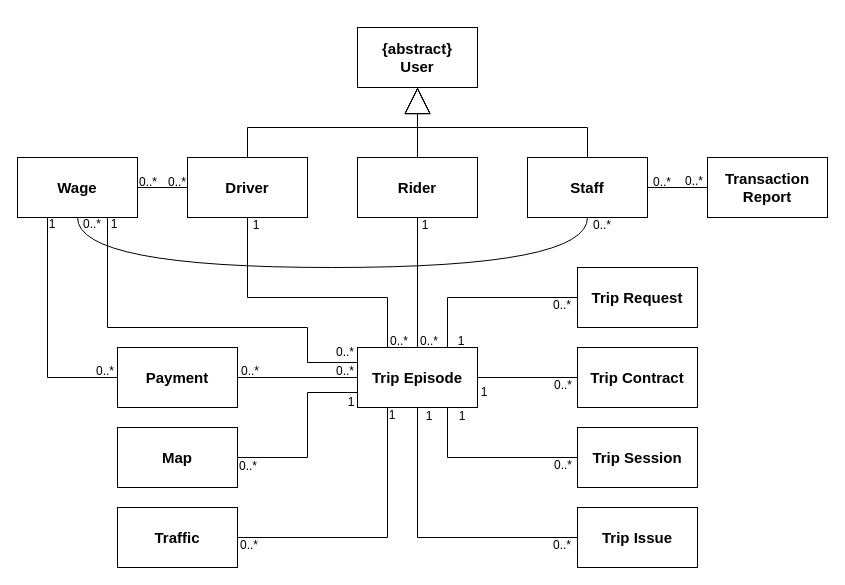
Above: page "Revise Class Diagram" (6 of 16) of diagram.drawio in mypark3424/AbstractFactoryChallenge (draw.io), before the change. Source tidied: cells renumbered, new cells numbered last; positions are measured from the earlier drawing's top-left corner, leaving out a move shared by most shapes. Both pictures are drawn from the tidied source at 100%, with x=0, y=0 at pixel (17, 27).
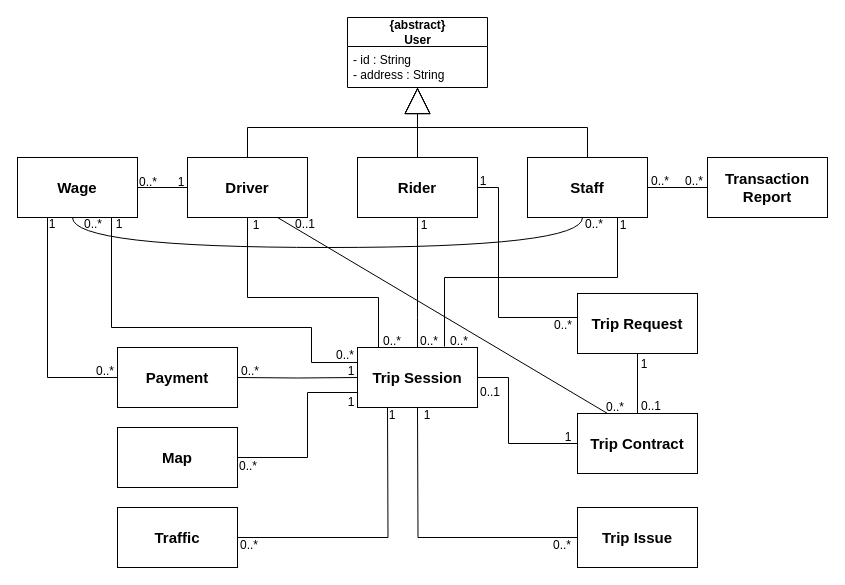
The same diagram, later.

Unchanged cells that the change refers to:
```xml
<mxCell id="3" value="Driver" style="rounded=0;whiteSpace=wrap;html=1;fontStyle=1;fontSize=15;" parent="1" vertex="1">
  <mxGeometry x="170" y="130" width="120" height="60" as="geometry" />
</mxCell>
<mxCell id="4" value="Rider" style="rounded=0;whiteSpace=wrap;html=1;fontStyle=1;fontSize=15;" parent="1" vertex="1">
  <mxGeometry x="340" y="130" width="120" height="60" as="geometry" />
</mxCell>
<mxCell id="7" value="Staff" style="rounded=0;whiteSpace=wrap;html=1;fontStyle=1;fontSize=15;" parent="1" vertex="1">
  <mxGeometry x="510" y="130" width="120" height="60" as="geometry" />
</mxCell>
<mxCell id="20" value="Payment" style="rounded=0;whiteSpace=wrap;html=1;fontStyle=1;fontSize=15;" parent="1" vertex="1">
  <mxGeometry x="100" y="320" width="120" height="60" as="geometry" />
</mxCell>
<mxCell id="22" value="Traffic" style="rounded=0;whiteSpace=wrap;html=1;fontStyle=1;fontSize=15;" parent="1" vertex="1">
  <mxGeometry x="100" y="480" width="120" height="60" as="geometry" />
</mxCell>
<mxCell id="23" value="Trip Issue" style="rounded=0;whiteSpace=wrap;html=1;fontStyle=1;fontSize=15;" parent="1" vertex="1">
  <mxGeometry x="560" y="480" width="120" height="60" as="geometry" />
</mxCell>
<mxCell id="32" value="Wage" style="rounded=0;whiteSpace=wrap;html=1;fontStyle=1;fontSize=15;" parent="1" vertex="1">
  <mxGeometry y="130" width="120" height="60" as="geometry" />
</mxCell>
<mxCell id="33" value="0..*" style="text;html=1;strokeColor=none;fillColor=none;align=center;verticalAlign=middle;whiteSpace=wrap;rounded=0;" parent="1" vertex="1">
  <mxGeometry x="397" y="309" width="30" height="10" as="geometry" />
</mxCell>
```

Diff of the diagram source:
```diff
@@
-    <mxCell id="2" value="{abstract}&lt;br style=&quot;font-size: 15px;&quot;&gt;User" style="rounded=0;whiteSpace=wrap;html=1;fontStyle=1;fontSize=15;" parent="1" vertex="1">
-      <mxGeometry x="340" width="120" height="60" as="geometry" />
-    </mxCell>
+    <mxCell id="61" style="edgeStyle=none;rounded=0;jettySize=auto;html=1;exitX=0.75;exitY=1;exitDx=0;exitDy=0;entryX=0.25;entryY=0;entryDx=0;entryDy=0;startArrow=none;startFill=0;endArrow=none;endFill=0;strokeColor=#000000;strokeWidth=1;" parent="1" edge="1" source="3" target="12">
+      <mxGeometry relative="1" as="geometry" />
+    </mxCell>
@@
+    <mxCell id="62" style="edgeStyle=orthogonalEdgeStyle;rounded=0;jettySize=auto;html=1;exitX=1;exitY=0.5;exitDx=0;exitDy=0;entryX=0.5;entryY=0;entryDx=0;entryDy=0;startArrow=none;startFill=0;endArrow=none;endFill=0;strokeColor=#000000;strokeWidth=1;" parent="1" edge="1" source="4" target="11">
+      <mxGeometry relative="1" as="geometry">
+        <Array as="points">
+          <mxPoint x="481" y="160" />
+          <mxPoint x="481" y="290" />
+          <mxPoint x="560" y="290" />
+          <mxPoint x="560" y="266" />
+        </Array>
+      </mxGeometry>
+    </mxCell>
@@
-    <mxCell id="6" style="edgeStyle=orthogonalEdgeStyle;rounded=0;jettySize=auto;html=1;exitX=0.5;exitY=1;exitDx=0;exitDy=0;entryX=0.5;entryY=1;entryDx=0;entryDy=0;endArrow=none;endFill=0;jumpStyle=none;elbow=vertical;horizontal=0;verticalAlign=middle;snapToPoint=0;fixDash=0;shadow=0;sketch=0;curved=1;" parent="1" edge="1" source="7" target="32">
+    <mxCell id="6" style="edgeStyle=orthogonalEdgeStyle;rounded=0;orthogonalLoop=1;jettySize=auto;html=1;exitX=0.5;exitY=1;exitDx=0;exitDy=0;entryX=0.5;entryY=1;entryDx=0;entryDy=0;endArrow=none;endFill=0;jumpStyle=none;elbow=vertical;horizontal=0;verticalAlign=middle;snapToPoint=0;fixDash=0;shadow=0;sketch=0;curved=1;" parent="1" edge="1">
       <mxGeometry relative="1" as="geometry">
+        <mxPoint x="565" y="190" as="sourcePoint" />
+        <mxPoint x="55" y="190" as="targetPoint" />
         <Array as="points">
-          <mxPoint x="570" y="240" />
-          <mxPoint x="60" y="240" />
+          <mxPoint x="565" y="220" />
+          <mxPoint x="55" y="220" />
         </Array>
       </mxGeometry>
     </mxCell>
+    <mxCell id="63" style="edgeStyle=orthogonalEdgeStyle;rounded=0;jettySize=auto;html=1;exitX=0.75;exitY=1;exitDx=0;exitDy=0;entryX=1;entryY=1;entryDx=0;entryDy=0;startArrow=none;startFill=0;endArrow=none;endFill=0;strokeColor=#000000;strokeWidth=1;" parent="1" edge="1" source="7" target="33">
+      <mxGeometry relative="1" as="geometry">
+        <Array as="points">
+          <mxPoint x="600" y="250" />
+          <mxPoint x="427" y="250" />
+        </Array>
+      </mxGeometry>
+    </mxCell>
@@
-    <mxCell id="8" style="endArrow=block;endFill=0;endSize=24;html=1;rounded=0;exitX=0.5;exitY=0;exitDx=0;exitDy=0;entryX=0.5;entryY=1;entryDx=0;entryDy=0;edgeStyle=orthogonalEdgeStyle;" parent="1" edge="1" source="3" target="2">
+    <mxCell id="8" style="endArrow=block;endFill=0;endSize=24;html=1;rounded=0;exitX=0.5;exitY=0;exitDx=0;exitDy=0;entryX=0.5;entryY=1;entryDx=0;entryDy=0;edgeStyle=orthogonalEdgeStyle;" parent="1" edge="1" source="3">
       <mxGeometry relative="1" as="geometry">
+        <mxPoint x="400" y="60" as="targetPoint" />
         <Array as="points">
           <mxPoint x="230" y="100" />
           <mxPoint x="400" y="100" />
         </Array>
       </mxGeometry>
     </mxCell>
-    <mxCell id="9" style="endArrow=block;endFill=0;endSize=24;html=1;rounded=0;exitX=0.5;exitY=0;exitDx=0;exitDy=0;entryX=0.5;entryY=1;entryDx=0;entryDy=0;edgeStyle=orthogonalEdgeStyle;" parent="1" edge="1" source="4" target="2">
-      <mxGeometry relative="1" as="geometry" />
+    <mxCell id="9" style="endArrow=block;endFill=0;endSize=24;html=1;rounded=0;exitX=0.5;exitY=0;exitDx=0;exitDy=0;entryX=0.5;entryY=1;entryDx=0;entryDy=0;edgeStyle=orthogonalEdgeStyle;" parent="1" edge="1" source="4">
+      <mxGeometry relative="1" as="geometry">
+        <mxPoint x="400" y="60" as="targetPoint" />
+      </mxGeometry>
     </mxCell>
-    <mxCell id="10" style="endArrow=block;endFill=0;endSize=24;html=1;rounded=0;exitX=0.5;exitY=0;exitDx=0;exitDy=0;edgeStyle=orthogonalEdgeStyle;entryX=0.5;entryY=1;entryDx=0;entryDy=0;" parent="1" edge="1" source="7" target="2">
+    <mxCell id="10" style="endArrow=block;endFill=0;endSize=24;html=1;rounded=0;exitX=0.5;exitY=0;exitDx=0;exitDy=0;edgeStyle=orthogonalEdgeStyle;entryX=0.5;entryY=1;entryDx=0;entryDy=0;" parent="1" edge="1" source="7">
       <mxGeometry relative="1" as="geometry">
+        <mxPoint x="400" y="60" as="targetPoint" />
         <Array as="points">
           <mxPoint x="570" y="100" />
           <mxPoint x="400" y="100" />
         </Array>
       </mxGeometry>
     </mxCell>
+    <mxCell id="64" style="edgeStyle=orthogonalEdgeStyle;rounded=0;jettySize=auto;html=1;exitX=0.5;exitY=1;exitDx=0;exitDy=0;entryX=0.5;entryY=0;entryDx=0;entryDy=0;startArrow=none;startFill=0;endArrow=none;endFill=0;strokeColor=#000000;strokeWidth=1;" parent="1" edge="1" source="11" target="12">
+      <mxGeometry relative="1" as="geometry" />
+    </mxCell>
     <mxCell id="11" value="Trip Request" style="rounded=0;whiteSpace=wrap;html=1;fontStyle=1;fontSize=15;" parent="1" vertex="1">
-      <mxGeometry x="560" y="240" width="120" height="60" as="geometry" />
+      <mxGeometry x="560" y="266" width="120" height="60" as="geometry" />
     </mxCell>
     <mxCell id="12" value="Trip Contract" style="rounded=0;whiteSpace=wrap;html=1;fontStyle=1;fontSize=15;" parent="1" vertex="1">
-      <mxGeometry x="560" y="320" width="120" height="60" as="geometry" />
+      <mxGeometry x="560" y="386" width="120" height="60" as="geometry" />
     </mxCell>
     <mxCell id="13" value="Trip Session" style="rounded=0;whiteSpace=wrap;html=1;fontStyle=1;fontSize=15;" parent="1" vertex="1">
-      <mxGeometry x="560" y="400" width="120" height="60" as="geometry" />
+      <mxGeometry x="340" y="320" width="120" height="60" as="geometry" />
     </mxCell>
-    <mxCell id="14" style="edgeStyle=orthogonalEdgeStyle;rounded=0;jettySize=auto;html=1;exitX=0;exitY=0.5;exitDx=0;exitDy=0;entryX=1;entryY=0.5;entryDx=0;entryDy=0;endArrow=none;endFill=0;" parent="1" edge="1" source="17" target="20">
-      <mxGeometry relative="1" as="geometry" />
+    <mxCell id="14" style="edgeStyle=orthogonalEdgeStyle;rounded=0;jettySize=auto;html=1;exitX=0;exitY=0.5;exitDx=0;exitDy=0;entryX=1;entryY=0.5;entryDx=0;entryDy=0;endArrow=none;endFill=0;" parent="1" edge="1" target="20">
+      <mxGeometry relative="1" as="geometry">
+        <mxPoint x="340" y="350" as="sourcePoint" />
+      </mxGeometry>
     </mxCell>
-    <mxCell id="15" style="edgeStyle=orthogonalEdgeStyle;rounded=0;jettySize=auto;html=1;exitX=0.25;exitY=0;exitDx=0;exitDy=0;entryX=0.5;entryY=1;entryDx=0;entryDy=0;endArrow=none;endFill=0;" parent="1" edge="1" source="17" target="3">
+    <mxCell id="15" style="edgeStyle=orthogonalEdgeStyle;rounded=0;jettySize=auto;html=1;exitX=0.25;exitY=0;exitDx=0;exitDy=0;entryX=0.5;entryY=1;entryDx=0;entryDy=0;endArrow=none;endFill=0;" parent="1" edge="1" target="3">
       <mxGeometry relative="1" as="geometry">
+        <mxPoint x="370" y="320" as="sourcePoint" />
         <Array as="points">
-          <mxPoint x="370" y="270" />
+          <mxPoint x="361" y="320" />
+          <mxPoint x="361" y="270" />
           <mxPoint x="230" y="270" />
         </Array>
       </mxGeometry>
     </mxCell>
-    <mxCell id="16" style="edgeStyle=orthogonalEdgeStyle;rounded=0;jettySize=auto;html=1;exitX=0.5;exitY=0;exitDx=0;exitDy=0;entryX=0.5;entryY=1;entryDx=0;entryDy=0;endArrow=none;endFill=0;" parent="1" edge="1" source="17" target="4">
-      <mxGeometry relative="1" as="geometry">
-        <Array as="points">
-          <mxPoint x="400" y="190" />
-        </Array>
-      </mxGeometry>
-    </mxCell>
-    <mxCell id="17" value="Trip Episode" style="rounded=0;whiteSpace=wrap;html=1;fontStyle=1;fontSize=15;" parent="1" vertex="1">
-      <mxGeometry x="340" y="320" width="120" height="60" as="geometry" />
-    </mxCell>
@@
-    <mxCell id="21" style="edgeStyle=orthogonalEdgeStyle;rounded=0;jettySize=auto;html=1;exitX=1;exitY=0.5;exitDx=0;exitDy=0;entryX=0.25;entryY=1;entryDx=0;entryDy=0;endArrow=none;endFill=0;" parent="1" edge="1" source="22" target="17">
-      <mxGeometry relative="1" as="geometry" />
+    <mxCell id="21" style="edgeStyle=orthogonalEdgeStyle;rounded=0;jettySize=auto;html=1;exitX=1;exitY=0.5;exitDx=0;exitDy=0;entryX=0.25;entryY=1;entryDx=0;entryDy=0;endArrow=none;endFill=0;" parent="1" edge="1" source="22">
+      <mxGeometry relative="1" as="geometry">
+        <mxPoint x="370" y="380" as="targetPoint" />
+      </mxGeometry>
     </mxCell>
@@
-    <mxCell id="24" style="endArrow=none;endFill=0;endSize=24;html=1;rounded=0;entryX=1;entryY=0.5;entryDx=0;entryDy=0;exitX=0;exitY=0.5;exitDx=0;exitDy=0;" parent="1" edge="1" source="12" target="17">
-      <mxGeometry relative="1" as="geometry" />
+    <mxCell id="24" style="endArrow=none;endFill=0;endSize=24;html=1;rounded=0;entryX=1;entryY=0.5;entryDx=0;entryDy=0;exitX=0;exitY=0.5;exitDx=0;exitDy=0;edgeStyle=orthogonalEdgeStyle;" parent="1" edge="1" source="12">
+      <mxGeometry relative="1" as="geometry">
+        <mxPoint x="460" y="350" as="targetPoint" />
+        <Array as="points">
+          <mxPoint x="491" y="416" />
+          <mxPoint x="491" y="350" />
+        </Array>
+      </mxGeometry>
     </mxCell>
-    <mxCell id="25" style="endArrow=none;endFill=0;endSize=24;html=1;rounded=0;entryX=0.75;entryY=0;entryDx=0;entryDy=0;exitX=0;exitY=0.5;exitDx=0;exitDy=0;edgeStyle=orthogonalEdgeStyle;" parent="1" edge="1" source="11" target="17">
+    <mxCell id="25" style="endArrow=none;endFill=0;endSize=24;html=1;rounded=0;entryX=0.5;entryY=1;entryDx=0;entryDy=0;exitX=0.5;exitY=0;exitDx=0;exitDy=0;edgeStyle=orthogonalEdgeStyle;" parent="1" edge="1" source="13" target="4">
       <mxGeometry relative="1" as="geometry">
         <Array as="points">
-          <mxPoint x="430" y="270" />
+          <mxPoint x="400" y="290" />
+          <mxPoint x="400" y="290" />
         </Array>
       </mxGeometry>
     </mxCell>
-    <mxCell id="26" style="endArrow=none;endFill=0;endSize=24;html=1;rounded=0;entryX=0.75;entryY=1;entryDx=0;entryDy=0;exitX=0;exitY=0.5;exitDx=0;exitDy=0;edgeStyle=orthogonalEdgeStyle;" parent="1" edge="1" source="13" target="17">
-      <mxGeometry relative="1" as="geometry" />
-    </mxCell>
-    <mxCell id="27" style="endArrow=none;endFill=0;endSize=24;html=1;rounded=0;entryX=0.5;entryY=1;entryDx=0;entryDy=0;exitX=0;exitY=0.5;exitDx=0;exitDy=0;edgeStyle=orthogonalEdgeStyle;" parent="1" edge="1" source="23" target="17">
-      <mxGeometry relative="1" as="geometry" />
+    <mxCell id="27" style="endArrow=none;endFill=0;endSize=24;html=1;rounded=0;entryX=0.5;entryY=1;entryDx=0;entryDy=0;exitX=0;exitY=0.5;exitDx=0;exitDy=0;edgeStyle=orthogonalEdgeStyle;" parent="1" edge="1" source="23">
+      <mxGeometry relative="1" as="geometry">
+        <mxPoint x="400" y="380" as="targetPoint" />
+      </mxGeometry>
     </mxCell>
@@
-    <mxCell id="30" style="edgeStyle=orthogonalEdgeStyle;rounded=0;jettySize=auto;html=1;exitX=0.75;exitY=1;exitDx=0;exitDy=0;entryX=0;entryY=0.25;entryDx=0;entryDy=0;endArrow=none;endFill=0;" parent="1" edge="1" source="32" target="17">
+    <mxCell id="30" style="edgeStyle=orthogonalEdgeStyle;rounded=0;jettySize=auto;html=1;exitX=0.75;exitY=1;exitDx=0;exitDy=0;entryX=0;entryY=0.25;entryDx=0;entryDy=0;endArrow=none;endFill=0;" parent="1" edge="1" target="13">
       <mxGeometry relative="1" as="geometry">
+        <mxPoint x="94" y="190" as="sourcePoint" />
         <Array as="points">
-          <mxPoint x="90" y="300" />
-          <mxPoint x="290" y="300" />
-          <mxPoint x="290" y="335" />
+          <mxPoint x="94" y="300" />
+          <mxPoint x="294" y="300" />
+          <mxPoint x="294" y="335" />
         </Array>
       </mxGeometry>
     </mxCell>
@@
     <mxCell id="34" value="1" style="text;html=1;strokeColor=none;fillColor=none;align=center;verticalAlign=middle;whiteSpace=wrap;rounded=0;" parent="1" vertex="1">
-      <mxGeometry x="393" y="193" width="30" height="10" as="geometry" />
+      <mxGeometry x="392" y="193" width="30" height="10" as="geometry" />
     </mxCell>
@@
-    <mxCell id="36" value="0..*" style="text;html=1;strokeColor=none;fillColor=none;align=center;verticalAlign=middle;whiteSpace=wrap;rounded=0;" parent="1" vertex="1">
-      <mxGeometry x="570" y="193" width="30" height="10" as="geometry" />
+    <mxCell id="36" value="1" style="text;html=1;strokeColor=none;fillColor=none;align=center;verticalAlign=middle;whiteSpace=wrap;rounded=0;" parent="1" vertex="1">
+      <mxGeometry x="591" y="193" width="30" height="10" as="geometry" />
     </mxCell>
-    <mxCell id="37" value="0..*" style="text;html=1;strokeColor=none;fillColor=none;align=center;verticalAlign=middle;whiteSpace=wrap;rounded=0;" parent="1" vertex="1">
-      <mxGeometry x="145" y="150" width="30" height="10" as="geometry" />
+    <mxCell id="37" value="1" style="text;html=1;strokeColor=none;fillColor=none;align=center;verticalAlign=middle;whiteSpace=wrap;rounded=0;" parent="1" vertex="1">
+      <mxGeometry x="149" y="150" width="30" height="10" as="geometry" />
     </mxCell>
@@
     <mxCell id="39" value="0..*" style="text;html=1;strokeColor=none;fillColor=none;align=center;verticalAlign=middle;whiteSpace=wrap;rounded=0;" parent="1" vertex="1">
-      <mxGeometry x="60" y="192" width="30" height="10" as="geometry" />
+      <mxGeometry x="61" y="192" width="30" height="10" as="geometry" />
     </mxCell>
     <mxCell id="40" value="0..*" style="text;html=1;strokeColor=none;fillColor=none;align=center;verticalAlign=middle;whiteSpace=wrap;rounded=0;" parent="1" vertex="1">
-      <mxGeometry x="367" y="309" width="30" height="10" as="geometry" />
+      <mxGeometry x="360" y="309" width="30" height="10" as="geometry" />
     </mxCell>
     <mxCell id="41" value="0..*" style="text;html=1;strokeColor=none;fillColor=none;align=center;verticalAlign=middle;whiteSpace=wrap;rounded=0;" parent="1" vertex="1">
-      <mxGeometry x="630" y="150" width="30" height="10" as="geometry" />
+      <mxGeometry x="628" y="149" width="30" height="10" as="geometry" />
     </mxCell>
@@
-    <mxCell id="46" value="0..*" style="text;html=1;strokeColor=none;fillColor=none;align=center;verticalAlign=middle;whiteSpace=wrap;rounded=0;" parent="1" vertex="1">
-      <mxGeometry x="313" y="339" width="30" height="10" as="geometry" />
+    <mxCell id="46" value="1" style="text;html=1;strokeColor=none;fillColor=none;align=center;verticalAlign=middle;whiteSpace=wrap;rounded=0;" parent="1" vertex="1">
+      <mxGeometry x="319" y="339" width="30" height="10" as="geometry" />
     </mxCell>
     <mxCell id="47" value="0..*" style="text;html=1;strokeColor=none;fillColor=none;align=center;verticalAlign=middle;whiteSpace=wrap;rounded=0;" parent="1" vertex="1">
-      <mxGeometry x="530" y="273" width="30" height="10" as="geometry" />
+      <mxGeometry x="531" y="293" width="30" height="10" as="geometry" />
     </mxCell>
-    <mxCell id="48" value="1" style="text;html=1;strokeColor=none;fillColor=none;align=center;verticalAlign=middle;whiteSpace=wrap;rounded=0;" parent="1" vertex="1">
-      <mxGeometry x="429" y="309" width="30" height="10" as="geometry" />
+    <mxCell id="48" value="0..*" style="text;html=1;strokeColor=none;fillColor=none;align=center;verticalAlign=middle;whiteSpace=wrap;rounded=0;" parent="1" vertex="1">
+      <mxGeometry x="427" y="309" width="30" height="10" as="geometry" />
     </mxCell>
-    <mxCell id="49" value="0..*" style="text;html=1;strokeColor=none;fillColor=none;align=center;verticalAlign=middle;whiteSpace=wrap;rounded=0;" parent="1" vertex="1">
-      <mxGeometry x="531" y="353" width="30" height="10" as="geometry" />
+    <mxCell id="49" value="1" style="text;html=1;strokeColor=none;fillColor=none;align=center;verticalAlign=middle;whiteSpace=wrap;rounded=0;" parent="1" vertex="1">
+      <mxGeometry x="536" y="405" width="30" height="10" as="geometry" />
     </mxCell>
-    <mxCell id="50" value="0..*" style="text;html=1;strokeColor=none;fillColor=none;align=center;verticalAlign=middle;whiteSpace=wrap;rounded=0;" parent="1" vertex="1">
-      <mxGeometry x="531" y="433" width="30" height="10" as="geometry" />
-    </mxCell>
@@
     <mxCell id="54" value="0..*" style="text;html=1;strokeColor=none;fillColor=none;align=center;verticalAlign=middle;whiteSpace=wrap;rounded=0;" parent="1" vertex="1">
-      <mxGeometry x="313" y="320" width="30" height="10" as="geometry" />
+      <mxGeometry x="313" y="323" width="30" height="10" as="geometry" />
     </mxCell>
     <mxCell id="55" value="1" style="text;html=1;strokeColor=none;fillColor=none;align=center;verticalAlign=middle;whiteSpace=wrap;rounded=0;" parent="1" vertex="1">
-      <mxGeometry x="82" y="192" width="30" height="10" as="geometry" />
+      <mxGeometry x="87" y="192" width="30" height="10" as="geometry" />
     </mxCell>
@@
-    <mxCell id="57" value="1" style="text;html=1;strokeColor=none;fillColor=none;align=center;verticalAlign=middle;whiteSpace=wrap;rounded=0;" parent="1" vertex="1">
-      <mxGeometry x="452" y="360" width="30" height="10" as="geometry" />
+    <mxCell id="57" value="0..1" style="text;html=1;strokeColor=none;fillColor=none;align=center;verticalAlign=middle;whiteSpace=wrap;rounded=0;" parent="1" vertex="1">
+      <mxGeometry x="458" y="360" width="30" height="10" as="geometry" />
     </mxCell>
@@
-    <mxCell id="59" value="1" style="text;html=1;strokeColor=none;fillColor=none;align=center;verticalAlign=middle;whiteSpace=wrap;rounded=0;" parent="1" vertex="1">
-      <mxGeometry x="430" y="384" width="30" height="10" as="geometry" />
-    </mxCell>
     <mxCell id="60" value="1" style="text;html=1;strokeColor=none;fillColor=none;align=center;verticalAlign=middle;whiteSpace=wrap;rounded=0;" parent="1" vertex="1">
-      <mxGeometry x="397" y="384" width="30" height="10" as="geometry" />
+      <mxGeometry x="395" y="383" width="30" height="10" as="geometry" />
     </mxCell>
+    <mxCell id="2" value="{abstract}&lt;br&gt;User" style="swimlane;fontStyle=1;align=center;verticalAlign=middle;horizontal=1;startSize=29;html=1;" parent="1" vertex="1">
+      <mxGeometry x="330" y="-10" width="140" height="70" as="geometry" />
+    </mxCell>
+    <mxCell id="65" value="- id : String&lt;br&gt;- address : String" style="text;html=1;strokeColor=none;fillColor=none;align=left;verticalAlign=middle;spacingLeft=4;spacingRight=4;overflow=hidden;" parent="2" vertex="1">
+      <mxGeometry y="29" width="140" height="41" as="geometry" />
+    </mxCell>
+    <mxCell id="66" value="1" style="text;html=1;strokeColor=none;fillColor=none;align=center;verticalAlign=middle;whiteSpace=wrap;rounded=0;" parent="1" vertex="1">
+      <mxGeometry x="612" y="332" width="30" height="10" as="geometry" />
+    </mxCell>
+    <mxCell id="67" value="0..1" style="text;html=1;strokeColor=none;fillColor=none;align=center;verticalAlign=middle;whiteSpace=wrap;rounded=0;" parent="1" vertex="1">
+      <mxGeometry x="619" y="374" width="30" height="10" as="geometry" />
+    </mxCell>
+    <mxCell id="68" value="1" style="text;html=1;strokeColor=none;fillColor=none;align=center;verticalAlign=middle;whiteSpace=wrap;rounded=0;" parent="1" vertex="1">
+      <mxGeometry x="451" y="149" width="30" height="10" as="geometry" />
+    </mxCell>
+    <mxCell id="69" value="0..*" style="text;html=1;strokeColor=none;fillColor=none;align=center;verticalAlign=middle;whiteSpace=wrap;rounded=0;" parent="1" vertex="1">
+      <mxGeometry x="562" y="192" width="30" height="10" as="geometry" />
+    </mxCell>
+    <mxCell id="70" value="0..1" style="text;html=1;strokeColor=none;fillColor=none;align=center;verticalAlign=middle;whiteSpace=wrap;rounded=0;" parent="1" vertex="1">
+      <mxGeometry x="273" y="192" width="30" height="10" as="geometry" />
+    </mxCell>
+    <mxCell id="71" value="0..*" style="text;html=1;strokeColor=none;fillColor=none;align=center;verticalAlign=middle;whiteSpace=wrap;rounded=0;" parent="1" vertex="1">
+      <mxGeometry x="583" y="375" width="30" height="10" as="geometry" />
+    </mxCell>
```
